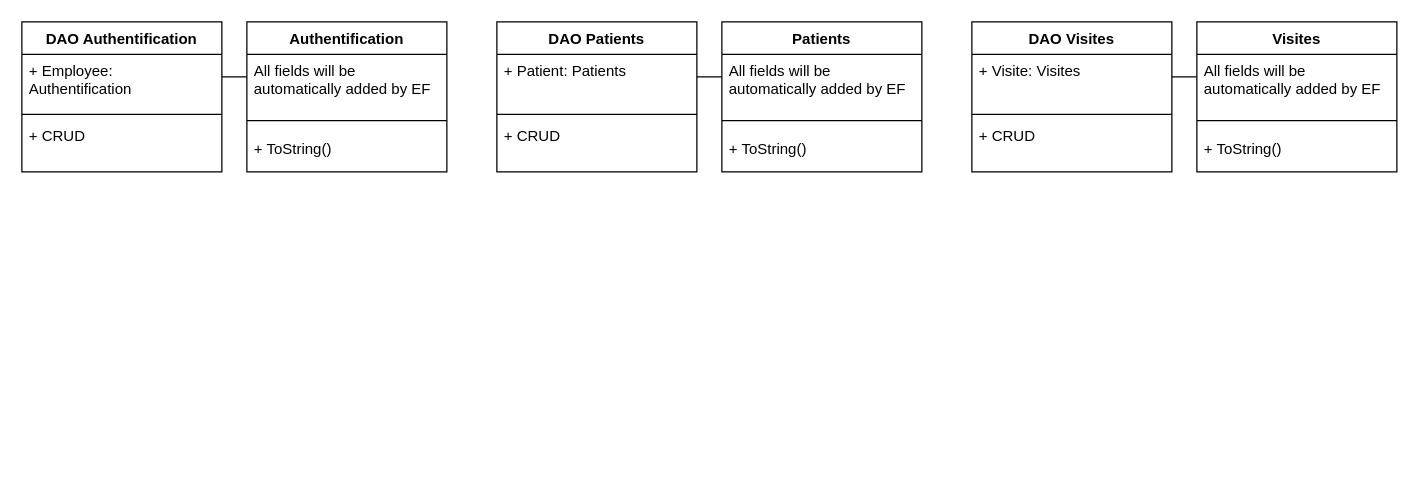
Above: DiagHopital.drawio in Pierre-Eloi/AJC_ProjetHopital (draw.io), before the change. Source tidied: cells renumbered, new cells numbered last; positions are measured from the earlier drawing's top-left corner, leaving out a move shared by most shapes. Both pictures are drawn from the tidied source at 125%, with x=0, y=0 at pixel (21, 21).
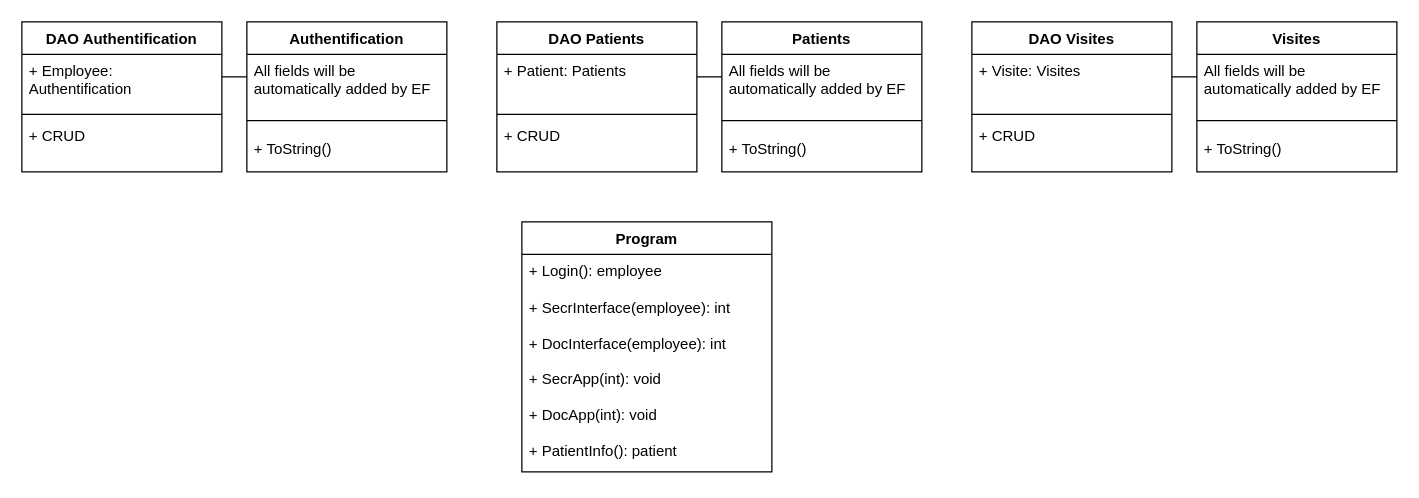
After the change.

Commit message (it also covers changes not shown here):
Mettre à jour DiagHopital.drawio

Change to the diagram source:
```diff
@@
+    <mxCell id="29" value="Program" style="swimlane;fontStyle=1;align=center;verticalAlign=top;horizontal=1;startSize=26;whiteSpace=wrap;html=1;" parent="1" vertex="1">
+      <mxGeometry x="400" y="160" width="200" height="200" as="geometry" />
+    </mxCell>
+    <mxCell id="30" value="+ Login(): employee&lt;br&gt;&lt;br&gt;+ SecrInterface(employee): int&lt;br&gt;&lt;br&gt;+ DocInterface(employee): int&lt;br&gt;&lt;br&gt;+ SecrApp(int): void&lt;br&gt;&lt;br&gt;+ DocApp(int): void&lt;br&gt;&lt;br&gt;+ PatientInfo(): patient" style="text;strokeColor=none;fillColor=none;align=left;verticalAlign=top;spacingLeft=4;spacingRight=4;overflow=hidden;whiteSpace=wrap;html=1;" parent="29" vertex="1">
+      <mxGeometry y="26" width="200" height="174" as="geometry" />
+    </mxCell>
```
